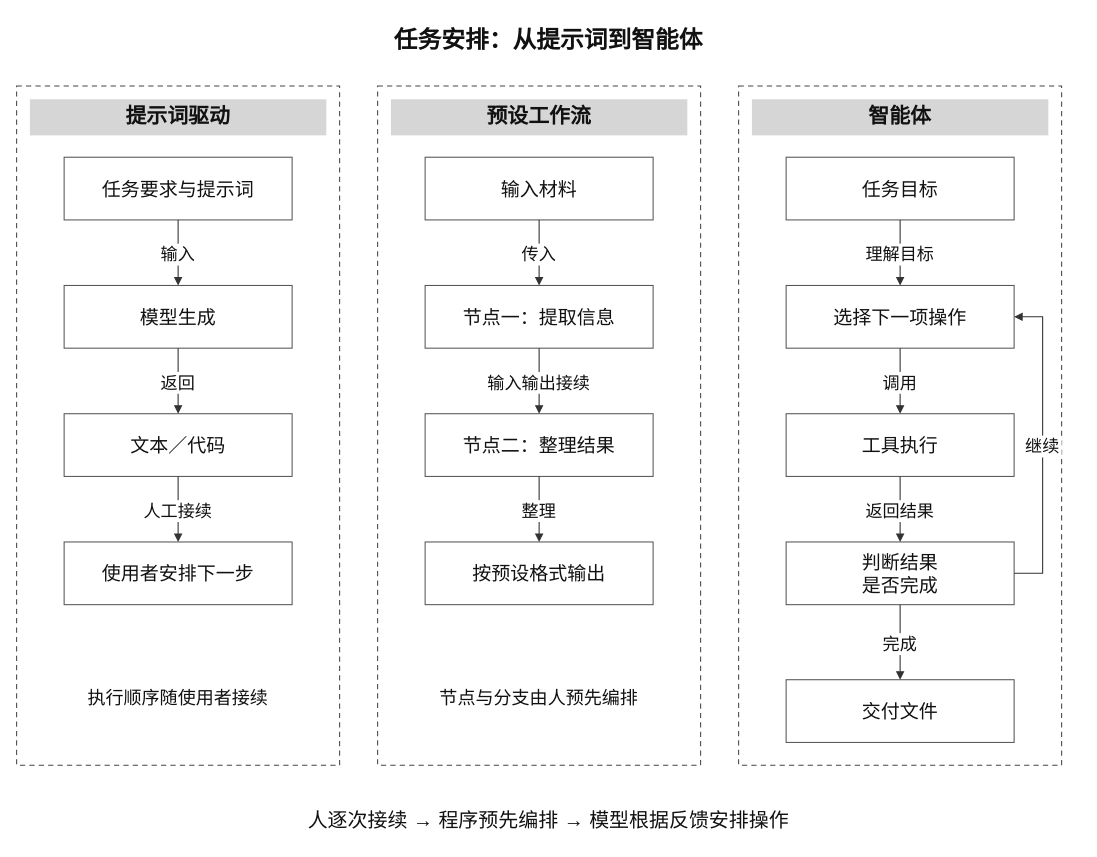
The draw.io diagram public/diagrams/research-agents/chapter-1/prompt-workflow-agent.drawio in luzhiyu-econ/EconLLM-Lab, before the edit. Source tidied: cells renumbered, new cells numbered last; positions are measured from the earlier drawing's top-left corner, leaving out a move shared by most shapes. Both pictures are drawn from the tidied source at 95%, with x=0, y=0 at pixel (16, 16).
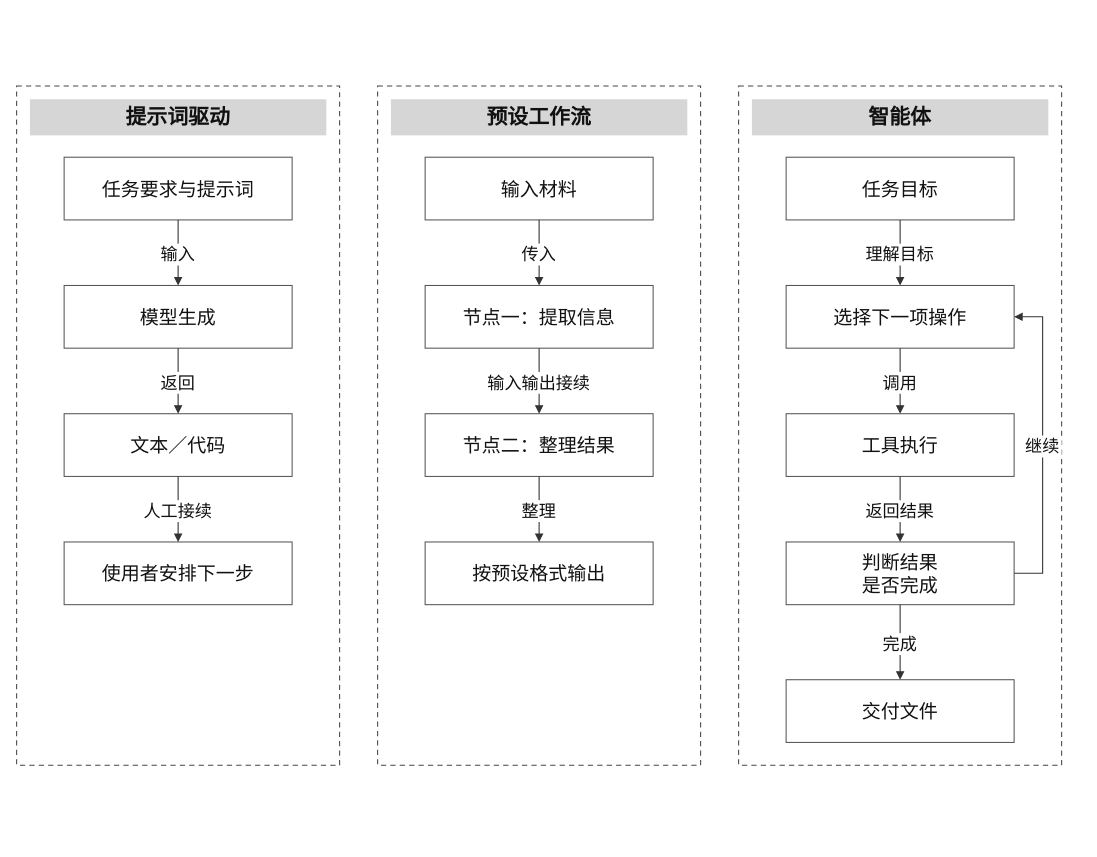
Above is the later version.

Diff of the diagram source:
```diff
@@
-    <mxCell id="2" value="任务安排：从提示词到智能体" style="rounded=0;whiteSpace=wrap;html=0;fontFamily=SimSun;fontSize=20;fontColor=#111111;strokeColor=#555555;strokeWidth=1.1;fillColor=#ffffff;spacing=6;strokeColor=none;fontSize=25;fontStyle=1;" parent="1" vertex="1">
-      <mxGeometry width="1120" height="45" as="geometry" />
-    </mxCell>
@@
-    <mxCell id="33" value="执行顺序随使用者接续" style="rounded=0;whiteSpace=wrap;html=0;fontFamily=SimSun;fontSize=20;fontColor=#111111;strokeColor=#555555;strokeWidth=1.1;fillColor=#ffffff;spacing=6;strokeColor=none;fontSize=19;" parent="1" vertex="1">
-      <mxGeometry x="25" y="688" width="290" height="60" as="geometry" />
-    </mxCell>
-    <mxCell id="34" value="节点与分支由人预先编排" style="rounded=0;whiteSpace=wrap;html=0;fontFamily=SimSun;fontSize=20;fontColor=#111111;strokeColor=#555555;strokeWidth=1.1;fillColor=#ffffff;spacing=6;strokeColor=none;fontSize=19;" parent="1" vertex="1">
-      <mxGeometry x="405" y="688" width="290" height="60" as="geometry" />
-    </mxCell>
-    <mxCell id="35" value="人逐次接续  →  程序预先编排  →  模型根据反馈安排操作" style="rounded=0;whiteSpace=wrap;html=0;fontFamily=SimSun;fontSize=20;fontColor=#111111;strokeColor=#555555;strokeWidth=1.1;fillColor=#ffffff;spacing=6;strokeColor=none;fontSize=21;" parent="1" vertex="1">
-      <mxGeometry x="10" y="823" width="1100" height="45" as="geometry" />
-    </mxCell>
```
